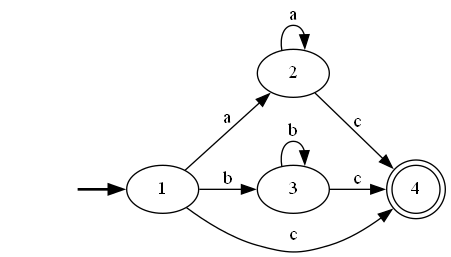
Earlier version of the Graphviz export Pre-laboratorio B/AFD_DIRECT#1PreLabB.gv.png (bar20807/CompiladorProyect). Its source is kept beside it as Pre-laboratorio B/AFD_DIRECT#1PreLabB.gv. Source of this version:
```dot
digraph "AFD_DIRECT#1PreLabB" {
	graph [rankdir=LR]
	fake [style=invisible]
	fake -> 1 [style=bold]
	1 [root=true]
	2
	1 -> 2 [label=a]
	3
	1 -> 3 [label=b]
	4 [shape=doublecircle]
	1 -> 4 [label=c]
	2
	2 -> 2 [label=a]
	2 -> 4 [label=c]
	3
	3 -> 3 [label=b]
	3 -> 4 [label=c]
	4 [shape=doublecircle]
}
```
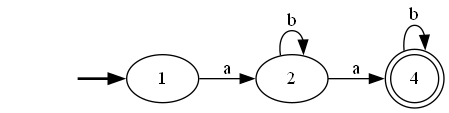
The same file after the commit.

What changed in the source:
```diff
@@ -5,15 +5,10 @@
 	1 [root=true]
 	2
 	1 -> 2 [label=a]
-	3
-	1 -> 3 [label=b]
+	2
 	4 [shape=doublecircle]
-	1 -> 4 [label=c]
-	2
-	2 -> 2 [label=a]
-	2 -> 4 [label=c]
-	3
-	3 -> 3 [label=b]
-	3 -> 4 [label=c]
+	2 -> 4 [label=a]
+	2 -> 2 [label=b]
 	4 [shape=doublecircle]
+	4 -> 4 [label=b]
 }
```
